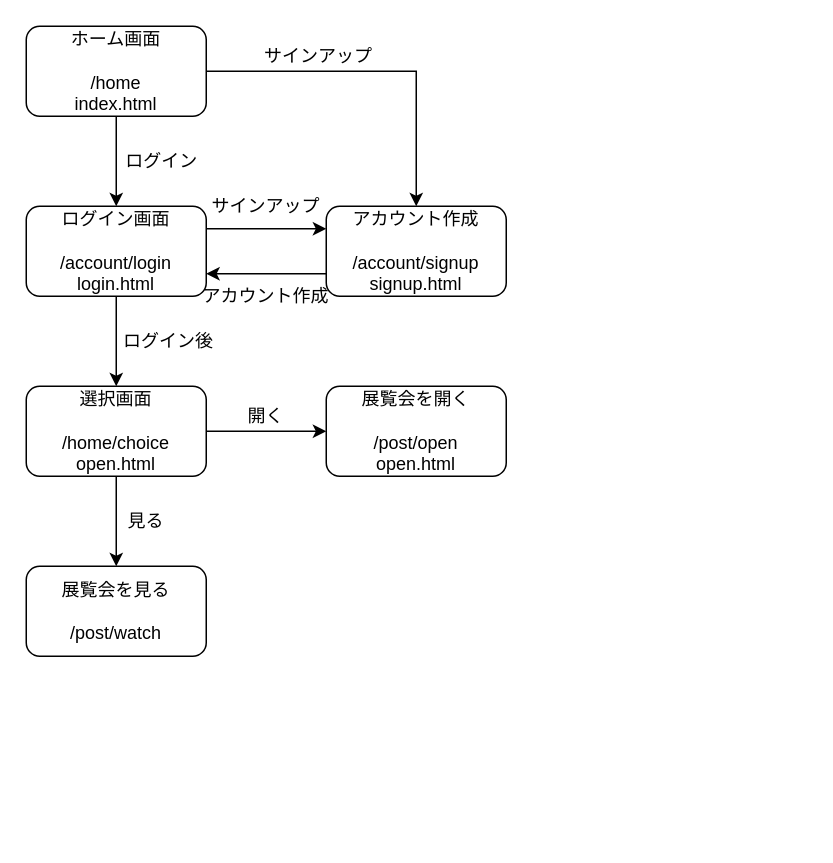
Earlier version of the draw.io diagram plan.drawio (012xx/online_museum). Source tidied: cells renumbered, new cells numbered last; positions are measured from the earlier drawing's top-left corner, leaving out a move shared by most shapes. Both pictures are drawn from the tidied source at 150%, with x=0, y=0 at pixel (26, 26).
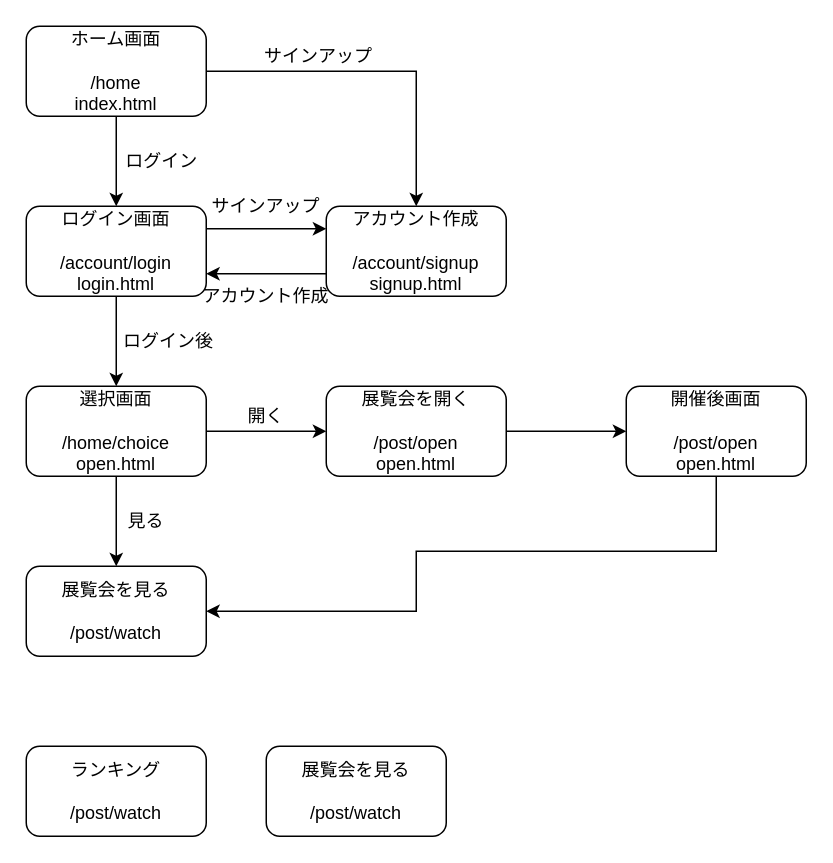
The same page after the edit.

Unchanged cells that the change refers to:
```xml
<mxCell id="17" value="展覧会を見る&lt;br&gt;&lt;br&gt;/post/watch&lt;br&gt;" style="rounded=1;whiteSpace=wrap;html=1;" parent="1" vertex="1">
  <mxGeometry y="360" width="120" height="60" as="geometry" />
</mxCell>
```

What changed in the source:
```diff
@@
+    <mxCell id="22" style="edgeStyle=orthogonalEdgeStyle;rounded=0;orthogonalLoop=1;jettySize=auto;html=1;entryX=0;entryY=0.5;entryDx=0;entryDy=0;" parent="1" edge="1">
+      <mxGeometry relative="1" as="geometry">
+        <mxPoint x="320" y="270" as="sourcePoint" />
+        <mxPoint x="400" y="270" as="targetPoint" />
+        <Array as="points">
+          <mxPoint x="380" y="270" />
+          <mxPoint x="380" y="270" />
+        </Array>
+      </mxGeometry>
+    </mxCell>
+    <mxCell id="23" style="edgeStyle=orthogonalEdgeStyle;rounded=0;jettySize=auto;html=1;entryX=1;entryY=0.5;entryDx=0;entryDy=0;" parent="1" edge="1" source="24" target="17">
+      <mxGeometry relative="1" as="geometry">
+        <Array as="points">
+          <mxPoint x="460" y="350" />
+          <mxPoint x="260" y="350" />
+          <mxPoint x="260" y="390" />
+        </Array>
+      </mxGeometry>
+    </mxCell>
+    <mxCell id="24" value="開催後画面&lt;br&gt;&lt;br&gt;/post/open&lt;br&gt;open.html" style="rounded=1;whiteSpace=wrap;html=1;" parent="1" vertex="1">
+      <mxGeometry x="400" y="240" width="120" height="60" as="geometry" />
+    </mxCell>
+    <mxCell id="25" value="ランキング&lt;br&gt;&lt;br&gt;/post/watch" style="rounded=1;whiteSpace=wrap;html=1;" parent="1" vertex="1">
+      <mxGeometry y="480" width="120" height="60" as="geometry" />
+    </mxCell>
+    <mxCell id="26" value="展覧会を見る&lt;br&gt;&lt;br&gt;/post/watch&lt;br&gt;" style="rounded=1;whiteSpace=wrap;html=1;" parent="1" vertex="1">
+      <mxGeometry x="160" y="480" width="120" height="60" as="geometry" />
+    </mxCell>
```
